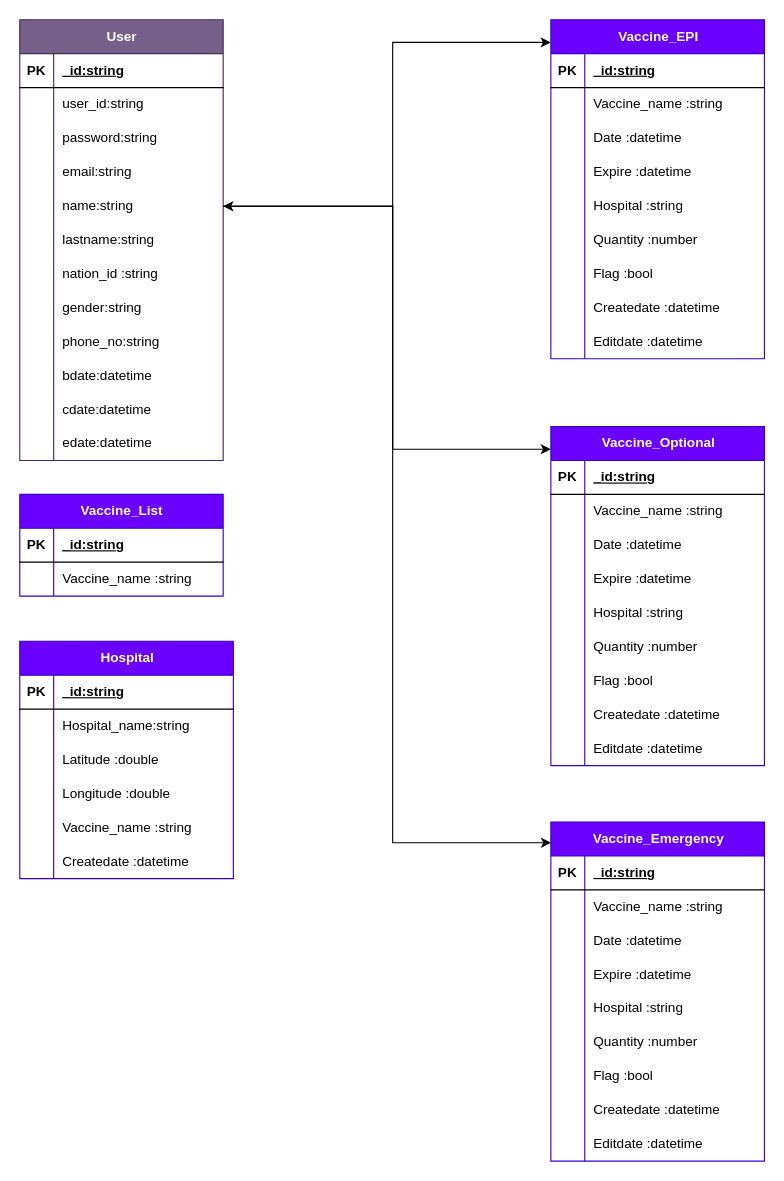
The draw.io diagram database&flowchart.drawio in AsticeX/-_-_1630901328, before the edit. Source tidied: cells renumbered, new cells numbered last; positions are measured from the earlier drawing's top-left corner, leaving out a move shared by most shapes. Both pictures are drawn from the tidied source at 113%, with x=0, y=0 at pixel (19, 19).
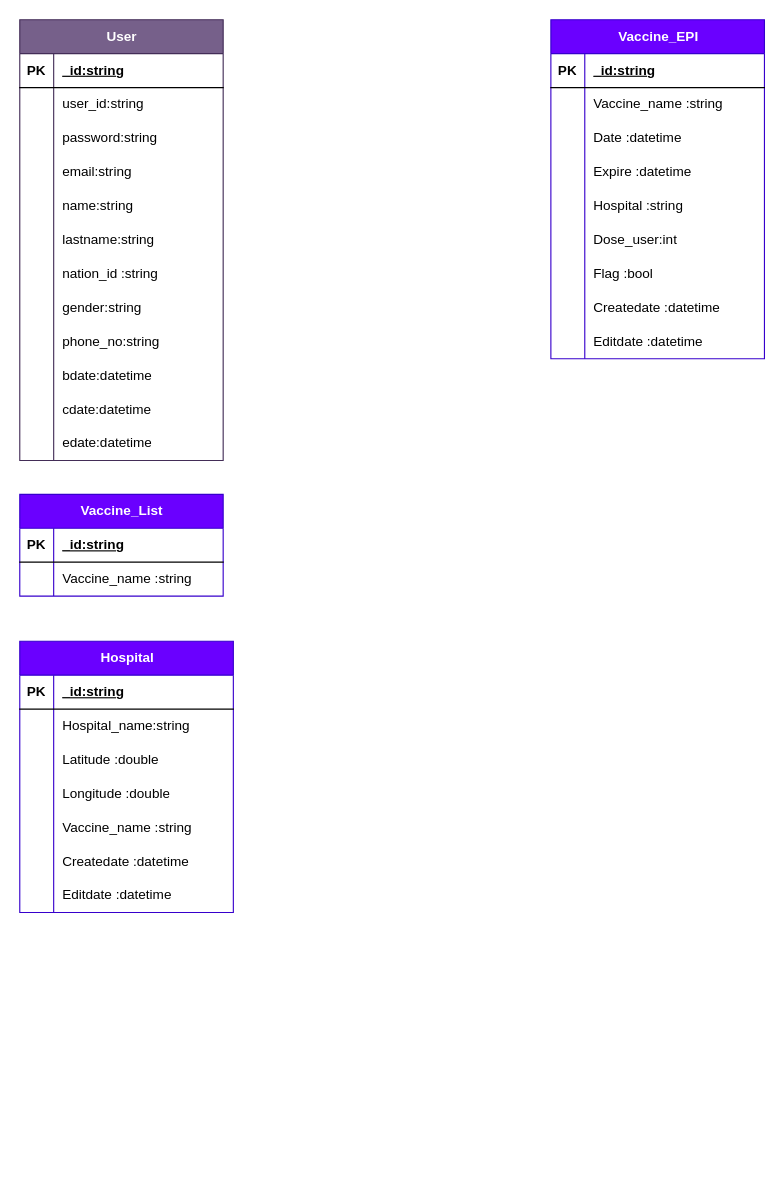
After the change.

Unchanged cells that the change refers to:
```xml
<mxCell id="2" value="User" style="shape=table;startSize=30;childLayout=tableLayout;rowLines=0;fontStyle=1;align=center;html=1;fillColor=#76608a;fontColor=#ffffff;strokeColor=#432D57;" parent="1" vertex="1">
  <mxGeometry width="180" height="390" as="geometry" />
</mxCell>
<mxCell id="15" style="shape=tableRow;horizontal=0;startSize=0;swimlaneHead=0;swimlaneBody=0;fillColor=none;points=[[0,0.5],[1,0.5]];portConstraint=eastwest;top=0;left=0;right=0;bottom=0;" parent="2" vertex="1">
  <mxGeometry y="150" width="180" height="30" as="geometry" />
</mxCell>
<mxCell id="84" style="shape=tableRow;horizontal=0;startSize=0;swimlaneHead=0;swimlaneBody=0;fillColor=none;top=0;left=0;right=0;bottom=0;" parent="68" vertex="1">
  <mxGeometry y="180" width="189" height="30" as="geometry" />
</mxCell>
```

The edit, as a diff of the source:
```diff
@@
-    <mxCell id="39" style="endArrow=classic;startArrow=classic;html=1;rounded=0;exitX=1;exitY=0.5;exitDx=0;exitDy=0;" parent="1" edge="1" source="15">
-      <mxGeometry relative="1" as="geometry">
-        <mxPoint x="470" y="20" as="targetPoint" />
-        <Array as="points">
-          <mxPoint x="330" y="165" />
-          <mxPoint x="330" y="20" />
-        </Array>
-      </mxGeometry>
-    </mxCell>
-    <mxCell id="40" value="Vaccine_Optional" style="shape=table;startSize=30;childLayout=tableLayout;rowLines=0;fontStyle=1;align=center;html=1;fillColor=#6a00ff;fontColor=#ffffff;strokeColor=#3700CC;" parent="1" vertex="1">
-      <mxGeometry x="470" y="360" width="189" height="300" as="geometry" />
-    </mxCell>
-    <mxCell id="41" style="shape=tableRow;horizontal=0;startSize=0;swimlaneHead=0;swimlaneBody=0;fillColor=none;top=0;left=0;right=0;bottom=1;" parent="40" vertex="1">
-      <mxGeometry y="30" width="189" height="30" as="geometry" />
-    </mxCell>
-    <mxCell id="42" value="PK" style="shape=partialRectangle;fillColor=none;top=0;left=0;bottom=0;right=0;fontStyle=1;overflow=hidden;whiteSpace=wrap;html=1;" parent="41" vertex="1">
-      <mxGeometry width="30" height="30" as="geometry" />
-    </mxCell>
-    <mxCell id="43" value="_id:string" style="shape=partialRectangle;fillColor=none;top=0;left=0;bottom=0;right=0;align=left;spacingLeft=6;fontStyle=5;overflow=hidden;whiteSpace=wrap;html=1;" parent="41" vertex="1">
-      <mxGeometry x="30" width="159" height="30" as="geometry" />
-    </mxCell>
-    <mxCell id="44" style="shape=tableRow;horizontal=0;startSize=0;swimlaneHead=0;swimlaneBody=0;fillColor=none;top=0;left=0;right=0;bottom=0;" parent="40" vertex="1">
-      <mxGeometry y="60" width="189" height="30" as="geometry" />
-    </mxCell>
-    <mxCell id="45" style="shape=partialRectangle;fillColor=none;top=0;left=0;bottom=0;right=0;overflow=hidden;whiteSpace=wrap;html=1;" parent="44" vertex="1">
-      <mxGeometry width="30" height="30" as="geometry" />
-    </mxCell>
-    <mxCell id="46" value="Vaccine_name :string" style="shape=partialRectangle;fillColor=none;top=0;left=0;bottom=0;right=0;align=left;spacingLeft=6;overflow=hidden;whiteSpace=wrap;html=1;" parent="44" vertex="1">
-      <mxGeometry x="30" width="159" height="30" as="geometry" />
-    </mxCell>
-    <mxCell id="47" style="shape=tableRow;horizontal=0;startSize=0;swimlaneHead=0;swimlaneBody=0;fillColor=none;top=0;left=0;right=0;bottom=0;" parent="40" vertex="1">
-      <mxGeometry y="90" width="189" height="30" as="geometry" />
-    </mxCell>
-    <mxCell id="48" style="shape=partialRectangle;fillColor=none;top=0;left=0;bottom=0;right=0;overflow=hidden;whiteSpace=wrap;html=1;" parent="47" vertex="1">
-      <mxGeometry width="30" height="30" as="geometry" />
-    </mxCell>
-    <mxCell id="49" value="Date :datetime" style="shape=partialRectangle;fillColor=none;top=0;left=0;bottom=0;right=0;align=left;spacingLeft=6;overflow=hidden;whiteSpace=wrap;html=1;" parent="47" vertex="1">
-      <mxGeometry x="30" width="159" height="30" as="geometry" />
-    </mxCell>
-    <mxCell id="50" style="shape=tableRow;horizontal=0;startSize=0;swimlaneHead=0;swimlaneBody=0;fillColor=none;top=0;left=0;right=0;bottom=0;" parent="40" vertex="1">
-      <mxGeometry y="120" width="189" height="30" as="geometry" />
-    </mxCell>
-    <mxCell id="51" style="shape=partialRectangle;fillColor=none;top=0;left=0;bottom=0;right=0;overflow=hidden;whiteSpace=wrap;html=1;" parent="50" vertex="1">
-      <mxGeometry width="30" height="30" as="geometry" />
-    </mxCell>
-    <mxCell id="52" value="Expire :datetime" style="shape=partialRectangle;fillColor=none;top=0;left=0;bottom=0;right=0;align=left;spacingLeft=6;overflow=hidden;whiteSpace=wrap;html=1;" parent="50" vertex="1">
-      <mxGeometry x="30" width="159" height="30" as="geometry" />
-    </mxCell>
-    <mxCell id="53" style="shape=tableRow;horizontal=0;startSize=0;swimlaneHead=0;swimlaneBody=0;fillColor=none;top=0;left=0;right=0;bottom=0;" parent="40" vertex="1">
-      <mxGeometry y="150" width="189" height="30" as="geometry" />
-    </mxCell>
-    <mxCell id="54" style="shape=partialRectangle;fillColor=none;top=0;left=0;bottom=0;right=0;overflow=hidden;whiteSpace=wrap;html=1;" parent="53" vertex="1">
-      <mxGeometry width="30" height="30" as="geometry" />
-    </mxCell>
-    <mxCell id="55" value="Hospital :string" style="shape=partialRectangle;fillColor=none;top=0;left=0;bottom=0;right=0;align=left;spacingLeft=6;overflow=hidden;whiteSpace=wrap;html=1;" parent="53" vertex="1">
-      <mxGeometry x="30" width="159" height="30" as="geometry" />
-    </mxCell>
-    <mxCell id="56" style="shape=tableRow;horizontal=0;startSize=0;swimlaneHead=0;swimlaneBody=0;fillColor=none;top=0;left=0;right=0;bottom=0;" parent="40" vertex="1">
-      <mxGeometry y="180" width="189" height="30" as="geometry" />
-    </mxCell>
-    <mxCell id="57" style="shape=partialRectangle;fillColor=none;top=0;left=0;bottom=0;right=0;overflow=hidden;whiteSpace=wrap;html=1;" parent="56" vertex="1">
-      <mxGeometry width="30" height="30" as="geometry" />
-    </mxCell>
-    <mxCell id="58" value="Quantity :number" style="shape=partialRectangle;fillColor=none;top=0;left=0;bottom=0;right=0;align=left;spacingLeft=6;overflow=hidden;whiteSpace=wrap;html=1;" parent="56" vertex="1">
-      <mxGeometry x="30" width="159" height="30" as="geometry" />
-    </mxCell>
-    <mxCell id="59" style="shape=tableRow;horizontal=0;startSize=0;swimlaneHead=0;swimlaneBody=0;fillColor=none;top=0;left=0;right=0;bottom=0;" parent="40" vertex="1">
-      <mxGeometry y="210" width="189" height="30" as="geometry" />
-    </mxCell>
-    <mxCell id="60" style="shape=partialRectangle;fillColor=none;top=0;left=0;bottom=0;right=0;overflow=hidden;whiteSpace=wrap;html=1;" parent="59" vertex="1">
-      <mxGeometry width="30" height="30" as="geometry" />
-    </mxCell>
-    <mxCell id="61" value="Flag :bool" style="shape=partialRectangle;fillColor=none;top=0;left=0;bottom=0;right=0;align=left;spacingLeft=6;overflow=hidden;whiteSpace=wrap;html=1;" parent="59" vertex="1">
-      <mxGeometry x="30" width="159" height="30" as="geometry" />
-    </mxCell>
-    <mxCell id="62" style="shape=tableRow;horizontal=0;startSize=0;swimlaneHead=0;swimlaneBody=0;fillColor=none;top=0;left=0;right=0;bottom=0;" parent="40" vertex="1">
-      <mxGeometry y="240" width="189" height="30" as="geometry" />
-    </mxCell>
-    <mxCell id="63" style="shape=partialRectangle;fillColor=none;top=0;left=0;bottom=0;right=0;overflow=hidden;whiteSpace=wrap;html=1;" parent="62" vertex="1">
-      <mxGeometry width="30" height="30" as="geometry" />
-    </mxCell>
-    <mxCell id="64" value="Createdate :datetime" style="shape=partialRectangle;fillColor=none;top=0;left=0;bottom=0;right=0;align=left;spacingLeft=6;overflow=hidden;whiteSpace=wrap;html=1;" parent="62" vertex="1">
-      <mxGeometry x="30" width="159" height="30" as="geometry" />
-    </mxCell>
-    <mxCell id="65" style="shape=tableRow;horizontal=0;startSize=0;swimlaneHead=0;swimlaneBody=0;fillColor=none;top=0;left=0;right=0;bottom=0;" parent="40" vertex="1">
-      <mxGeometry y="270" width="189" height="30" as="geometry" />
-    </mxCell>
-    <mxCell id="66" style="shape=partialRectangle;fillColor=none;top=0;left=0;bottom=0;right=0;overflow=hidden;whiteSpace=wrap;html=1;" parent="65" vertex="1">
-      <mxGeometry width="30" height="30" as="geometry" />
-    </mxCell>
-    <mxCell id="67" value="Editdate :datetime" style="shape=partialRectangle;fillColor=none;top=0;left=0;bottom=0;right=0;align=left;spacingLeft=6;overflow=hidden;whiteSpace=wrap;html=1;" parent="65" vertex="1">
-      <mxGeometry x="30" width="159" height="30" as="geometry" />
-    </mxCell>
@@
-    <mxCell id="86" value="Quantity :number" style="shape=partialRectangle;fillColor=none;top=0;left=0;bottom=0;right=0;align=left;spacingLeft=6;overflow=hidden;whiteSpace=wrap;html=1;" parent="84" vertex="1">
+    <mxCell id="86" value="Dose_user:int" style="shape=partialRectangle;fillColor=none;top=0;left=0;bottom=0;right=0;align=left;spacingLeft=6;overflow=hidden;whiteSpace=wrap;html=1;" parent="84" vertex="1">
       <mxGeometry x="30" width="159" height="30" as="geometry" />
     </mxCell>
@@
-    <mxCell id="103" value="Vaccine_Emergency" style="shape=table;startSize=30;childLayout=tableLayout;rowLines=0;fontStyle=1;align=center;html=1;fillColor=#6a00ff;fontColor=#ffffff;strokeColor=#3700CC;" parent="1" vertex="1">
-      <mxGeometry x="470" y="710" width="189" height="300" as="geometry" />
-    </mxCell>
-    <mxCell id="104" style="shape=tableRow;horizontal=0;startSize=0;swimlaneHead=0;swimlaneBody=0;fillColor=none;top=0;left=0;right=0;bottom=1;" parent="103" vertex="1">
-      <mxGeometry y="30" width="189" height="30" as="geometry" />
-    </mxCell>
-    <mxCell id="105" value="PK" style="shape=partialRectangle;fillColor=none;top=0;left=0;bottom=0;right=0;fontStyle=1;overflow=hidden;whiteSpace=wrap;html=1;" parent="104" vertex="1">
-      <mxGeometry width="30" height="30" as="geometry" />
-    </mxCell>
-    <mxCell id="106" value="_id:string" style="shape=partialRectangle;fillColor=none;top=0;left=0;bottom=0;right=0;align=left;spacingLeft=6;fontStyle=5;overflow=hidden;whiteSpace=wrap;html=1;" parent="104" vertex="1">
-      <mxGeometry x="30" width="159" height="30" as="geometry" />
-    </mxCell>
-    <mxCell id="107" style="shape=tableRow;horizontal=0;startSize=0;swimlaneHead=0;swimlaneBody=0;fillColor=none;top=0;left=0;right=0;bottom=0;" parent="103" vertex="1">
-      <mxGeometry y="60" width="189" height="30" as="geometry" />
-    </mxCell>
-    <mxCell id="108" style="shape=partialRectangle;fillColor=none;top=0;left=0;bottom=0;right=0;overflow=hidden;whiteSpace=wrap;html=1;" parent="107" vertex="1">
-      <mxGeometry width="30" height="30" as="geometry" />
-    </mxCell>
-    <mxCell id="109" value="Vaccine_name :string" style="shape=partialRectangle;fillColor=none;top=0;left=0;bottom=0;right=0;align=left;spacingLeft=6;overflow=hidden;whiteSpace=wrap;html=1;" parent="107" vertex="1">
-      <mxGeometry x="30" width="159" height="30" as="geometry" />
-    </mxCell>
-    <mxCell id="110" style="shape=tableRow;horizontal=0;startSize=0;swimlaneHead=0;swimlaneBody=0;fillColor=none;top=0;left=0;right=0;bottom=0;" parent="103" vertex="1">
-      <mxGeometry y="90" width="189" height="30" as="geometry" />
-    </mxCell>
-    <mxCell id="111" style="shape=partialRectangle;fillColor=none;top=0;left=0;bottom=0;right=0;overflow=hidden;whiteSpace=wrap;html=1;" parent="110" vertex="1">
-      <mxGeometry width="30" height="30" as="geometry" />
-    </mxCell>
-    <mxCell id="112" value="Date :datetime" style="shape=partialRectangle;fillColor=none;top=0;left=0;bottom=0;right=0;align=left;spacingLeft=6;overflow=hidden;whiteSpace=wrap;html=1;" parent="110" vertex="1">
-      <mxGeometry x="30" width="159" height="30" as="geometry" />
-    </mxCell>
-    <mxCell id="113" style="shape=tableRow;horizontal=0;startSize=0;swimlaneHead=0;swimlaneBody=0;fillColor=none;top=0;left=0;right=0;bottom=0;" parent="103" vertex="1">
-      <mxGeometry y="120" width="189" height="30" as="geometry" />
-    </mxCell>
-    <mxCell id="114" style="shape=partialRectangle;fillColor=none;top=0;left=0;bottom=0;right=0;overflow=hidden;whiteSpace=wrap;html=1;" parent="113" vertex="1">
-      <mxGeometry width="30" height="30" as="geometry" />
-    </mxCell>
-    <mxCell id="115" value="Expire :datetime" style="shape=partialRectangle;fillColor=none;top=0;left=0;bottom=0;right=0;align=left;spacingLeft=6;overflow=hidden;whiteSpace=wrap;html=1;" parent="113" vertex="1">
-      <mxGeometry x="30" width="159" height="30" as="geometry" />
-    </mxCell>
-    <mxCell id="116" style="shape=tableRow;horizontal=0;startSize=0;swimlaneHead=0;swimlaneBody=0;fillColor=none;top=0;left=0;right=0;bottom=0;" parent="103" vertex="1">
-      <mxGeometry y="150" width="189" height="30" as="geometry" />
-    </mxCell>
-    <mxCell id="117" style="shape=partialRectangle;fillColor=none;top=0;left=0;bottom=0;right=0;overflow=hidden;whiteSpace=wrap;html=1;" parent="116" vertex="1">
-      <mxGeometry width="30" height="30" as="geometry" />
-    </mxCell>
-    <mxCell id="118" value="Hospital :string" style="shape=partialRectangle;fillColor=none;top=0;left=0;bottom=0;right=0;align=left;spacingLeft=6;overflow=hidden;whiteSpace=wrap;html=1;" parent="116" vertex="1">
-      <mxGeometry x="30" width="159" height="30" as="geometry" />
-    </mxCell>
-    <mxCell id="119" style="shape=tableRow;horizontal=0;startSize=0;swimlaneHead=0;swimlaneBody=0;fillColor=none;top=0;left=0;right=0;bottom=0;" parent="103" vertex="1">
-      <mxGeometry y="180" width="189" height="30" as="geometry" />
-    </mxCell>
-    <mxCell id="120" style="shape=partialRectangle;fillColor=none;top=0;left=0;bottom=0;right=0;overflow=hidden;whiteSpace=wrap;html=1;" parent="119" vertex="1">
-      <mxGeometry width="30" height="30" as="geometry" />
-    </mxCell>
-    <mxCell id="121" value="Quantity :number" style="shape=partialRectangle;fillColor=none;top=0;left=0;bottom=0;right=0;align=left;spacingLeft=6;overflow=hidden;whiteSpace=wrap;html=1;" parent="119" vertex="1">
-      <mxGeometry x="30" width="159" height="30" as="geometry" />
-    </mxCell>
-    <mxCell id="122" style="shape=tableRow;horizontal=0;startSize=0;swimlaneHead=0;swimlaneBody=0;fillColor=none;top=0;left=0;right=0;bottom=0;" parent="103" vertex="1">
-      <mxGeometry y="210" width="189" height="30" as="geometry" />
-    </mxCell>
-    <mxCell id="123" style="shape=partialRectangle;fillColor=none;top=0;left=0;bottom=0;right=0;overflow=hidden;whiteSpace=wrap;html=1;" parent="122" vertex="1">
-      <mxGeometry width="30" height="30" as="geometry" />
-    </mxCell>
-    <mxCell id="124" value="Flag :bool" style="shape=partialRectangle;fillColor=none;top=0;left=0;bottom=0;right=0;align=left;spacingLeft=6;overflow=hidden;whiteSpace=wrap;html=1;" parent="122" vertex="1">
-      <mxGeometry x="30" width="159" height="30" as="geometry" />
-    </mxCell>
-    <mxCell id="125" style="shape=tableRow;horizontal=0;startSize=0;swimlaneHead=0;swimlaneBody=0;fillColor=none;top=0;left=0;right=0;bottom=0;" parent="103" vertex="1">
-      <mxGeometry y="240" width="189" height="30" as="geometry" />
-    </mxCell>
-    <mxCell id="126" style="shape=partialRectangle;fillColor=none;top=0;left=0;bottom=0;right=0;overflow=hidden;whiteSpace=wrap;html=1;" parent="125" vertex="1">
-      <mxGeometry width="30" height="30" as="geometry" />
-    </mxCell>
-    <mxCell id="127" value="Createdate :datetime" style="shape=partialRectangle;fillColor=none;top=0;left=0;bottom=0;right=0;align=left;spacingLeft=6;overflow=hidden;whiteSpace=wrap;html=1;" parent="125" vertex="1">
-      <mxGeometry x="30" width="159" height="30" as="geometry" />
-    </mxCell>
-    <mxCell id="128" style="shape=tableRow;horizontal=0;startSize=0;swimlaneHead=0;swimlaneBody=0;fillColor=none;top=0;left=0;right=0;bottom=0;" parent="103" vertex="1">
-      <mxGeometry y="270" width="189" height="30" as="geometry" />
-    </mxCell>
-    <mxCell id="129" style="shape=partialRectangle;fillColor=none;top=0;left=0;bottom=0;right=0;overflow=hidden;whiteSpace=wrap;html=1;" parent="128" vertex="1">
-      <mxGeometry width="30" height="30" as="geometry" />
-    </mxCell>
-    <mxCell id="130" value="Editdate :datetime" style="shape=partialRectangle;fillColor=none;top=0;left=0;bottom=0;right=0;align=left;spacingLeft=6;overflow=hidden;whiteSpace=wrap;html=1;" parent="128" vertex="1">
-      <mxGeometry x="30" width="159" height="30" as="geometry" />
-    </mxCell>
-    <mxCell id="131" style="edgeStyle=orthogonalEdgeStyle;rounded=0;jettySize=auto;html=1;entryX=0.001;entryY=0.061;entryDx=0;entryDy=0;entryPerimeter=0;" parent="1" edge="1" source="15" target="103">
-      <mxGeometry relative="1" as="geometry">
-        <Array as="points">
-          <mxPoint x="330" y="165" />
-          <mxPoint x="330" y="728" />
-        </Array>
-      </mxGeometry>
-    </mxCell>
-    <mxCell id="132" style="edgeStyle=orthogonalEdgeStyle;rounded=0;jettySize=auto;html=1;entryX=0;entryY=0.067;entryDx=0;entryDy=0;entryPerimeter=0;" parent="1" edge="1" source="2" target="40">
-      <mxGeometry relative="1" as="geometry">
-        <Array as="points">
-          <mxPoint x="330" y="165" />
-          <mxPoint x="330" y="380" />
-        </Array>
-      </mxGeometry>
-    </mxCell>
     <mxCell id="133" value="Hospital" style="shape=table;startSize=30;childLayout=tableLayout;rowLines=0;fontStyle=1;align=center;html=1;fillColor=#6a00ff;fontColor=#ffffff;strokeColor=#3700CC;" parent="1" vertex="1">
-      <mxGeometry y="550" width="189" height="210" as="geometry" />
+      <mxGeometry y="550" width="189" height="240" as="geometry" />
     </mxCell>
@@
+    <mxCell id="152" style="shape=tableRow;horizontal=0;startSize=0;swimlaneHead=0;swimlaneBody=0;fillColor=none;top=0;left=0;right=0;bottom=0;" parent="133" vertex="1">
+      <mxGeometry y="210" width="189" height="30" as="geometry" />
+    </mxCell>
+    <mxCell id="153" style="shape=partialRectangle;fillColor=none;top=0;left=0;bottom=0;right=0;overflow=hidden;whiteSpace=wrap;html=1;" parent="152" vertex="1">
+      <mxGeometry width="30" height="30" as="geometry" />
+    </mxCell>
+    <mxCell id="154" value="Editdate :datetime" style="shape=partialRectangle;fillColor=none;top=0;left=0;bottom=0;right=0;align=left;spacingLeft=6;overflow=hidden;whiteSpace=wrap;html=1;" parent="152" vertex="1">
+      <mxGeometry x="30" width="159" height="30" as="geometry" />
+    </mxCell>
```
